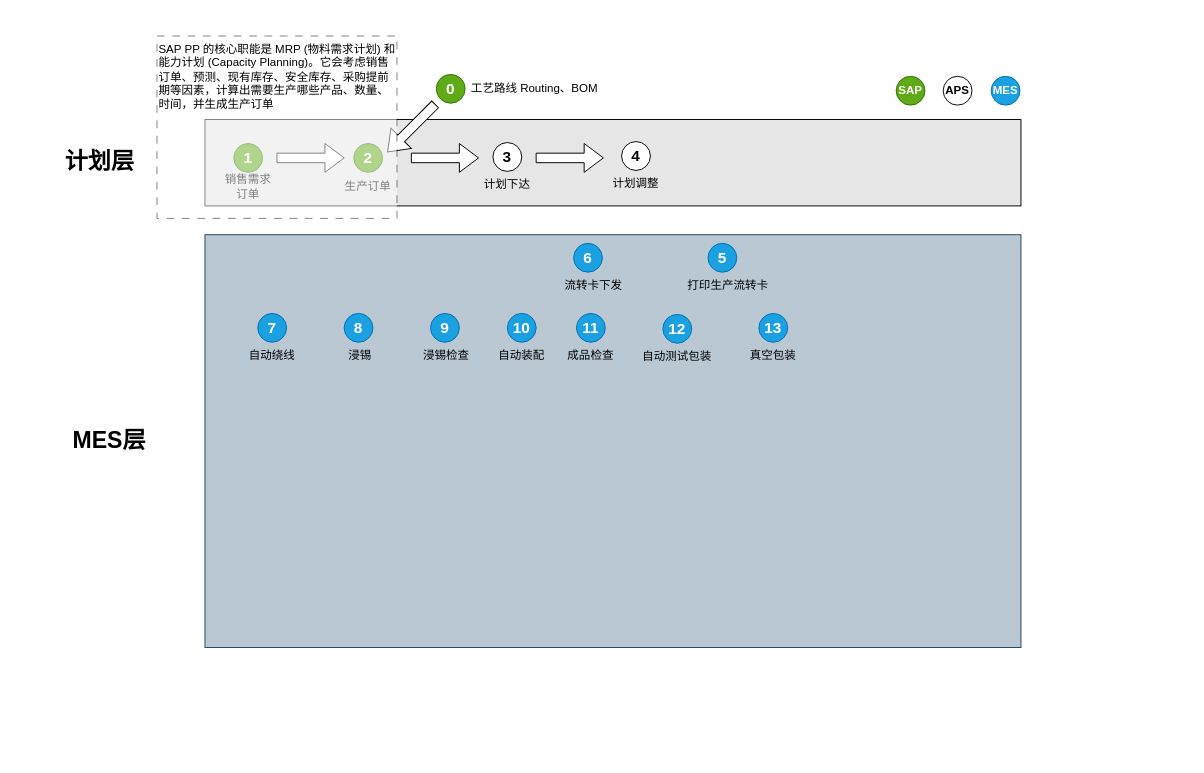
Above: SAP_MES.drawio in CJyoung524/DrawIO (draw.io), before the change. Source tidied: cells renumbered, new cells numbered last; positions are measured from the earlier drawing's top-left corner, leaving out a move shared by most shapes. Both pictures are drawn from the tidied source at 96%, with x=0, y=0 at pixel (51, 36).
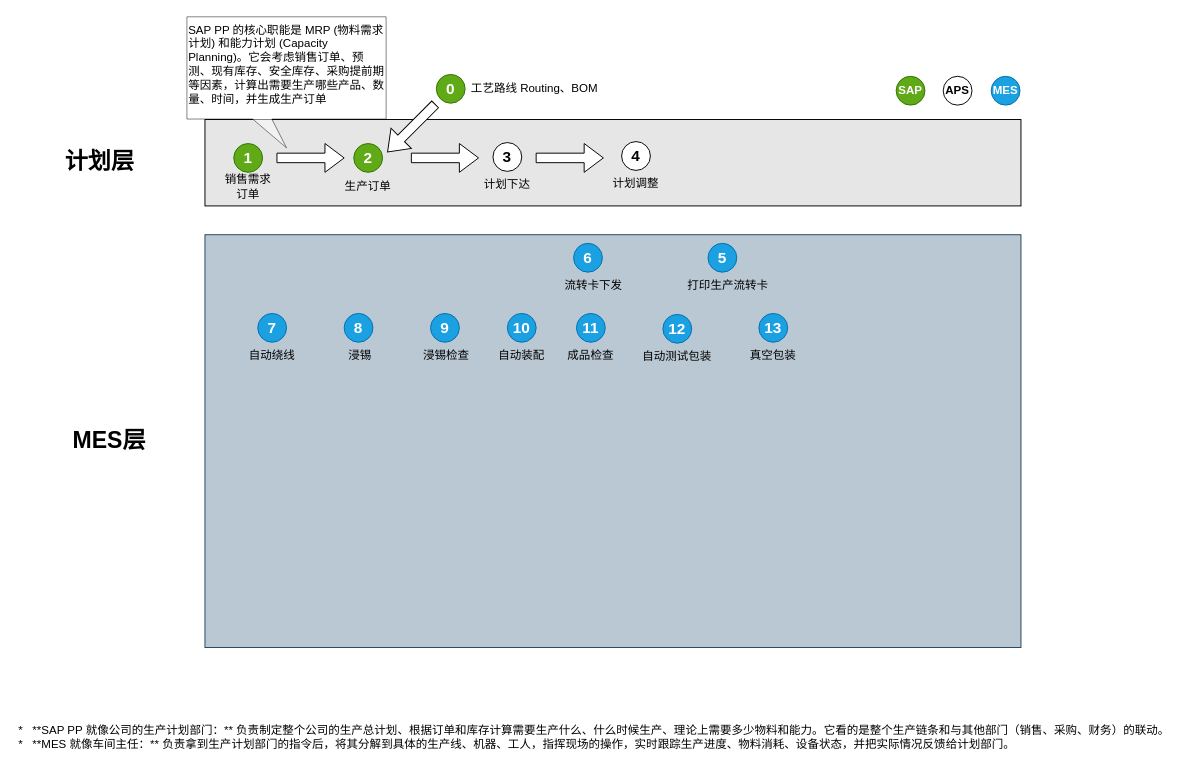
Above is the later version.

The edit, as a diff of the source:
```diff
@@
-    <mxCell id="66" value="SAP PP 的核心职能是 MRP (物料需求计划) 和能力计划 (Capacity Planning)。它会考虑销售订单、预测、现有库存、安全库存、采购提前期等因素，计算出需要生产哪些产品、数量、时间，并生成生产订单" style="rounded=0;whiteSpace=wrap;html=1;opacity=50;align=left;dashed=1;dashPattern=8 8;verticalAlign=top;" parent="1" vertex="1">
-      <mxGeometry x="110" width="250" height="190" as="geometry" />
+    <mxCell id="66" value="&lt;span style=&quot;&quot;&gt;SAP PP 的核心职能是 MRP (物料需求计划) 和能力计划 (Capacity Planning)。它会考虑销售订单、预测、现有库存、安全库存、采购提前期等因素，计算出需要生产哪些产品、数量、时间，并生成生产订单&lt;/span&gt;" style="shape=callout;whiteSpace=wrap;html=1;perimeter=calloutPerimeter;opacity=50;size=30;position=0.33;verticalAlign=top;align=left;" parent="1" vertex="1">
+      <mxGeometry x="141.2" y="-20" width="207.5" height="136.5" as="geometry" />
     </mxCell>
+    <mxCell id="67" value="&lt;div&gt;*&amp;nbsp; &amp;nbsp;**SAP PP 就像公司的生产计划部门：** 负责制定整个公司的生产总计划、根据订单和库存计算需要生产什么、什么时候生产、理论上需要多少物料和能力。它看的是整个生产链条和与其他部门（销售、采购、财务）的联动。&lt;/div&gt;&lt;div&gt;*&amp;nbsp; &amp;nbsp;**MES 就像车间主任：** 负责拿到生产计划部门的指令后，将其分解到具体的生产线、机器、工人，指挥现场的操作，实时跟踪生产进度、物料消耗、设备状态，并把实际情况反馈给计划部门。&lt;/div&gt;" style="text;html=1;align=left;verticalAlign=top;strokeColor=none;fillColor=none;" parent="1" vertex="1">
+      <mxGeometry x="-36" y="710" width="1220" height="40" as="geometry" />
+    </mxCell>
```
